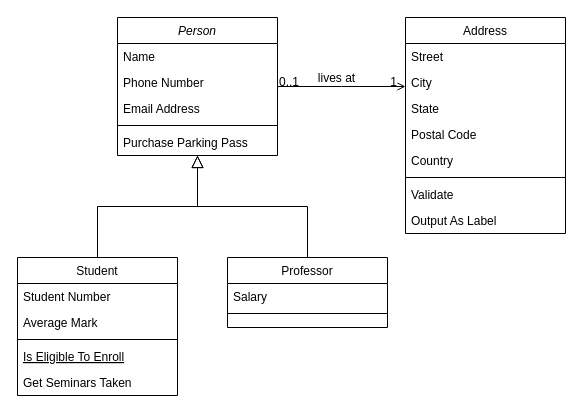
Above: projet_v1.drawio in Igniiis/CSI_Projet (draw.io), before the change. Source tidied: cells renumbered, new cells numbered last; positions are measured from the earlier drawing's top-left corner, leaving out a move shared by most shapes. Both pictures are drawn from the tidied source at 100%, with x=0, y=0 at pixel (17, 17).
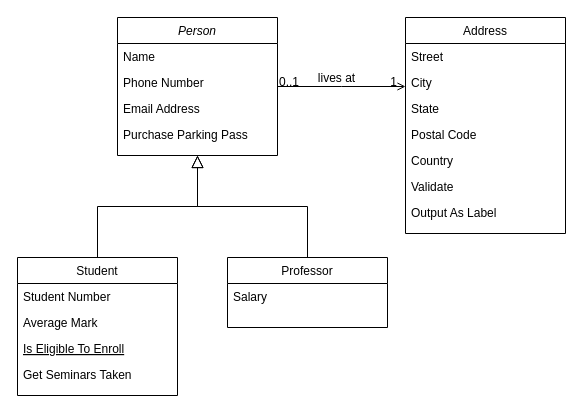
The same page after the edit.

Commit message:
Mettre à jour projet_v1.drawio

Unchanged cells that the change refers to:
```xml
<mxCell id="2" value="Person" style="swimlane;fontStyle=2;align=center;verticalAlign=top;horizontal=1;startSize=26;rounded=0;shadow=0;strokeWidth=1;" parent="1" vertex="1">
  <mxGeometry x="100" width="160" height="138" as="geometry" />
</mxCell>
<mxCell id="8" value="Student" style="swimlane;fontStyle=0;align=center;verticalAlign=top;horizontal=1;startSize=26;rounded=0;shadow=0;strokeWidth=1;" parent="1" vertex="1">
  <mxGeometry y="240" width="160" height="138" as="geometry" />
</mxCell>
<mxCell id="15" value="Professor" style="swimlane;fontStyle=0;align=center;verticalAlign=top;horizontal=1;startSize=26;rounded=0;shadow=0;strokeWidth=1;" parent="1" vertex="1">
  <mxGeometry x="210" y="240" width="160" height="70" as="geometry" />
</mxCell>
<mxCell id="19" value="Address" style="swimlane;fontStyle=0;align=center;verticalAlign=top;horizontal=1;startSize=26;rounded=0;shadow=0;strokeWidth=1;" parent="1" vertex="1">
  <mxGeometry x="388" width="160" height="216" as="geometry" />
</mxCell>
```

Diff of the diagram source:
```diff
@@
-    <mxCell id="6" style="line;html=1;strokeWidth=1;align=left;verticalAlign=middle;spacingTop=-1;spacingLeft=3;spacingRight=3;labelPosition=right;" parent="2" vertex="1">
-      <mxGeometry y="104" width="160" height="8" as="geometry" />
-    </mxCell>
     <mxCell id="7" value="Purchase Parking Pass" style="text;align=left;verticalAlign=top;spacingLeft=4;spacingRight=4;overflow=hidden;" parent="2" vertex="1">
-      <mxGeometry y="112" width="160" height="26" as="geometry" />
+      <mxGeometry y="104" width="160" height="26" as="geometry" />
     </mxCell>
@@
-    <mxCell id="11" style="line;html=1;strokeWidth=1;align=left;verticalAlign=middle;spacingTop=-1;spacingLeft=3;spacingRight=3;labelPosition=right;" parent="8" vertex="1">
-      <mxGeometry y="78" width="160" height="8" as="geometry" />
-    </mxCell>
     <mxCell id="12" value="Is Eligible To Enroll" style="text;align=left;verticalAlign=top;spacingLeft=4;spacingRight=4;overflow=hidden;fontStyle=4;" parent="8" vertex="1">
-      <mxGeometry y="86" width="160" height="26" as="geometry" />
+      <mxGeometry y="78" width="160" height="26" as="geometry" />
     </mxCell>
     <mxCell id="13" value="Get Seminars Taken" style="text;align=left;verticalAlign=top;spacingLeft=4;spacingRight=4;overflow=hidden;" parent="8" vertex="1">
-      <mxGeometry y="112" width="160" height="26" as="geometry" />
+      <mxGeometry y="104" width="160" height="26" as="geometry" />
     </mxCell>
@@
-    <mxCell id="17" style="line;html=1;strokeWidth=1;align=left;verticalAlign=middle;spacingTop=-1;spacingLeft=3;spacingRight=3;labelPosition=right;" parent="15" vertex="1">
-      <mxGeometry y="52" width="160" height="8" as="geometry" />
-    </mxCell>
@@
-    <mxCell id="25" style="line;html=1;strokeWidth=1;align=left;verticalAlign=middle;spacingTop=-1;spacingLeft=3;spacingRight=3;labelPosition=right;" parent="19" vertex="1">
-      <mxGeometry y="156" width="160" height="8" as="geometry" />
-    </mxCell>
     <mxCell id="26" value="Validate" style="text;align=left;verticalAlign=top;spacingLeft=4;spacingRight=4;overflow=hidden;" parent="19" vertex="1">
-      <mxGeometry y="164" width="160" height="26" as="geometry" />
+      <mxGeometry y="156" width="160" height="26" as="geometry" />
     </mxCell>
     <mxCell id="27" value="Output As Label" style="text;align=left;verticalAlign=top;spacingLeft=4;spacingRight=4;overflow=hidden;" parent="19" vertex="1">
-      <mxGeometry y="190" width="160" height="26" as="geometry" />
+      <mxGeometry y="182" width="160" height="26" as="geometry" />
     </mxCell>
```
